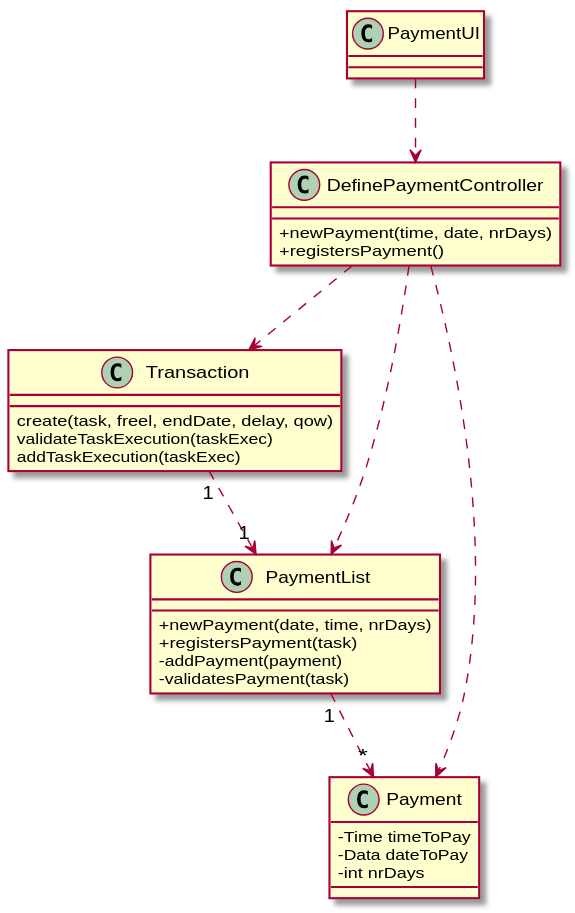
1190452/LAPR2 keeps this PlantUML diagram as docs/UC6 - Define Payment hour/UC6_CD.svg. Above is the earlier version.
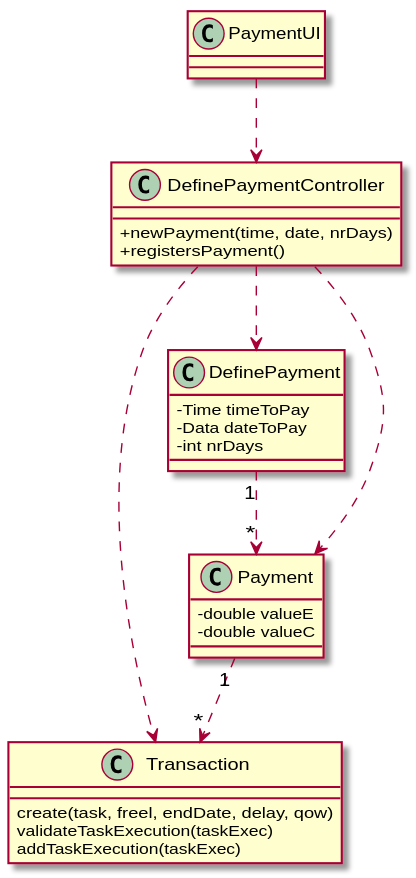
After the change.

Commit message:
[UC-6] Updated the class diagram

What changed in the source:
```diff
@@ -8,17 +8,15 @@
   addTaskExecution(taskExec)
 }
 
-class PaymentList {
-  +newPayment(date, time, nrDays)
-  +registersPayment(task)
-  -addPayment(payment)
-  -validatesPayment(task)
+class DefinePayment {
+  -Time timeToPay
+  -Data dateToPay
+  -int nrDays
 }
 
 class Payment {
-  -Time timeToPay
-  -Data dateToPay
-  -int nrDays
+  -double valueE
+  -double valueC
 }
 
 class DefinePaymentController {
@@ -31,8 +29,8 @@
 
 PaymentUI ..> DefinePaymentController
 DefinePaymentController ..> Transaction
-DefinePaymentController ..> PaymentList
+DefinePaymentController ..> DefinePayment
 DefinePaymentController ..> Payment
-Transaction "1" ..> "1" PaymentList
-PaymentList "1" ..> "*" Payment
+Payment "1" ..> "*" Transaction
+DefinePayment "1" ..> "*" Payment
 @enduml
```
